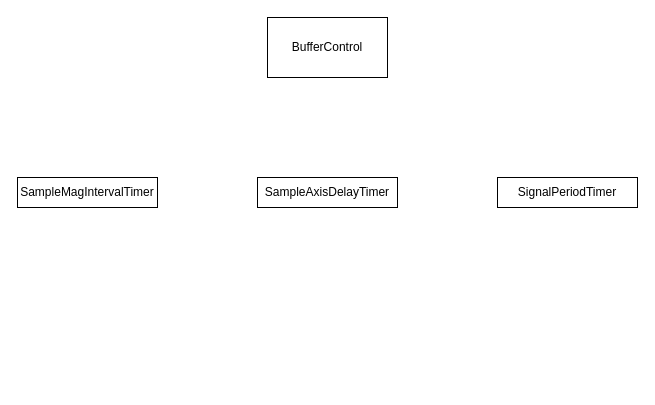
Above: .figures/BufferFlowControl_diagram.drawio in frnyb/PL-Mag-Sensor (draw.io), before the change. Source tidied: cells renumbered, new cells numbered last; positions are measured from the earlier drawing's top-left corner, leaving out a move shared by most shapes. Both pictures are drawn from the tidied source at 100%, with x=0, y=0 at pixel (17, 17).
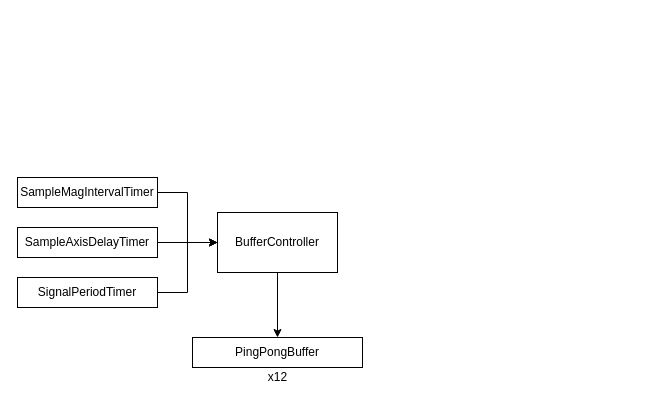
The same diagram, later.

Change to the diagram source:
```diff
@@
 <mxGraphModel>
   <root>
     <mxCell id="0" />
     <mxCell id="1" parent="0" />
+    <mxCell id="6" style="edgeStyle=orthogonalEdgeStyle;rounded=0;jettySize=auto;html=1;" parent="1" edge="1" source="2" target="10">
+      <mxGeometry relative="1" as="geometry" />
+    </mxCell>
-    <mxCell id="2" value="BufferControl" style="rounded=0;whiteSpace=wrap;html=1;" parent="1" vertex="1">
-      <mxGeometry x="250" width="120" height="60" as="geometry" />
+    <mxCell id="2" value="BufferController" style="rounded=0;whiteSpace=wrap;html=1;" parent="1" vertex="1">
+      <mxGeometry x="200" y="195" width="120" height="60" as="geometry" />
     </mxCell>
+    <mxCell id="7" style="edgeStyle=orthogonalEdgeStyle;rounded=0;jettySize=auto;html=1;" parent="1" edge="1" source="3" target="2">
+      <mxGeometry relative="1" as="geometry" />
+    </mxCell>
     <mxCell id="3" value="SampleAxisDelayTimer" style="rounded=0;whiteSpace=wrap;html=1;" parent="1" vertex="1">
-      <mxGeometry x="240" y="160" width="140" height="30" as="geometry" />
+      <mxGeometry y="210" width="140" height="30" as="geometry" />
     </mxCell>
+    <mxCell id="8" style="edgeStyle=orthogonalEdgeStyle;rounded=0;jettySize=auto;html=1;" parent="1" edge="1" source="4" target="2">
+      <mxGeometry relative="1" as="geometry">
+        <Array as="points">
+          <mxPoint x="170" y="175" />
+          <mxPoint x="170" y="225" />
+        </Array>
+      </mxGeometry>
+    </mxCell>
     <mxCell id="4" value="SampleMagIntervalTimer" style="rounded=0;whiteSpace=wrap;html=1;" parent="1" vertex="1">
       <mxGeometry y="160" width="140" height="30" as="geometry" />
     </mxCell>
+    <mxCell id="9" style="edgeStyle=orthogonalEdgeStyle;rounded=0;jettySize=auto;html=1;" parent="1" edge="1" source="5" target="2">
+      <mxGeometry relative="1" as="geometry">
+        <Array as="points">
+          <mxPoint x="170" y="275" />
+          <mxPoint x="170" y="225" />
+        </Array>
+      </mxGeometry>
+    </mxCell>
     <mxCell id="5" value="SignalPeriodTimer" style="rounded=0;whiteSpace=wrap;html=1;" parent="1" vertex="1">
-      <mxGeometry x="480" y="160" width="140" height="30" as="geometry" />
+      <mxGeometry y="260" width="140" height="30" as="geometry" />
     </mxCell>
+    <mxCell id="10" value="PingPongBuffer" style="rounded=0;whiteSpace=wrap;html=1;" parent="1" vertex="1">
+      <mxGeometry x="175" y="320" width="170" height="30" as="geometry" />
+    </mxCell>
+    <mxCell id="11" value="x12" style="text;html=1;align=center;verticalAlign=middle;strokeColor=none;fillColor=none;" parent="1" vertex="1">
+      <mxGeometry x="245" y="350" width="30" height="20" as="geometry" />
+    </mxCell>
   </root>
 </mxGraphModel>
```
